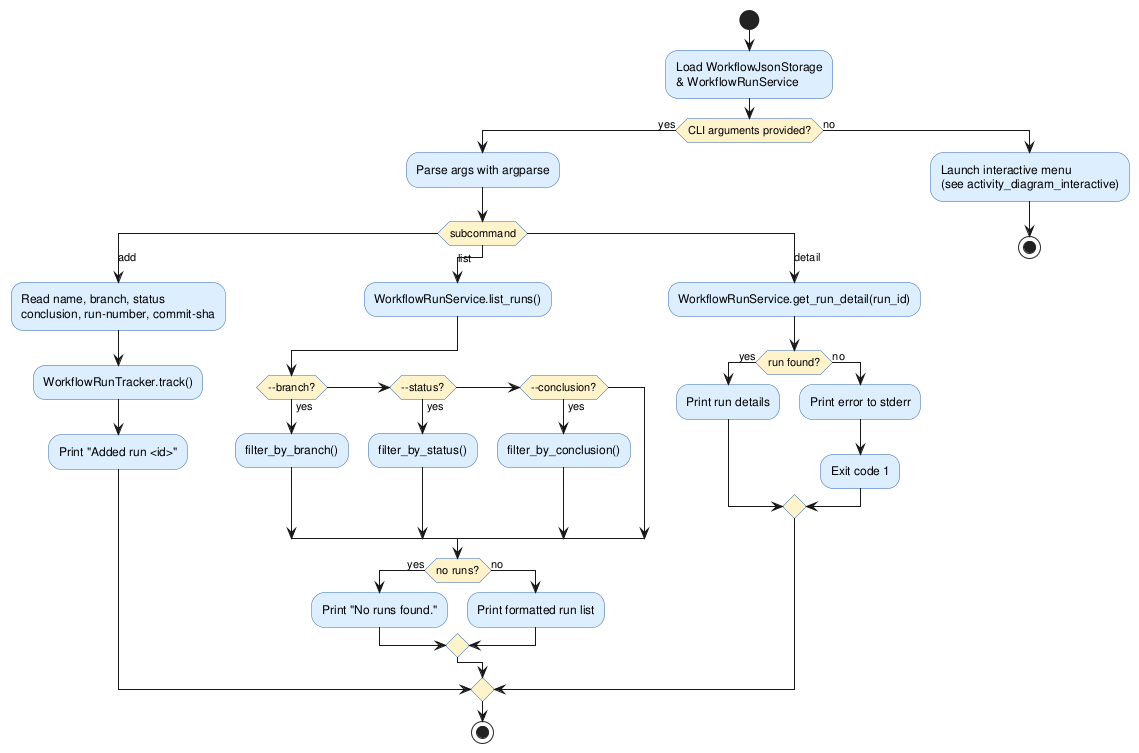
Above: experiments/broadcast/test_driven/github-workflow-manager/artifacts/activity_diagram_main.png in DanielRiha8906/Software_autoevolution_using_agents (PlantUML), before the change. Source of this version:
```plantuml
@startuml activity_diagram_main

skinparam activityBackgroundColor #DDEEFF
skinparam activityBorderColor     #3366AA
skinparam activityDiamondBackgroundColor #FFF3CC

start

:Load WorkflowJsonStorage\n& WorkflowRunService;

if (CLI arguments provided?) then (yes)
  :Parse args with argparse;
  switch (subcommand)

    case (add)
      :Read name, branch, status\nconclusion, run-number, commit-sha;
      :WorkflowRunTracker.track();
      :Print "Added run <id>";

    case (list)
      :WorkflowRunService.list_runs();
      if (--branch?) then (yes)
        :filter_by_branch();
      elseif (--status?) then (yes)
        :filter_by_status();
      elseif (--conclusion?) then (yes)
        :filter_by_conclusion();
      endif
      if (no runs?) then (yes)
        :Print "No runs found.";
      else (no)
        :Print formatted run list;
      endif

    case (detail)
      :WorkflowRunService.get_run_detail(run_id);
      if (run found?) then (yes)
        :Print run details;
      else (no)
        :Print error to stderr;
        :Exit code 1;
      endif

  endswitch
  stop

else (no)
  :Launch interactive menu\n(see activity_diagram_interactive);
  stop
endif

@enduml
```
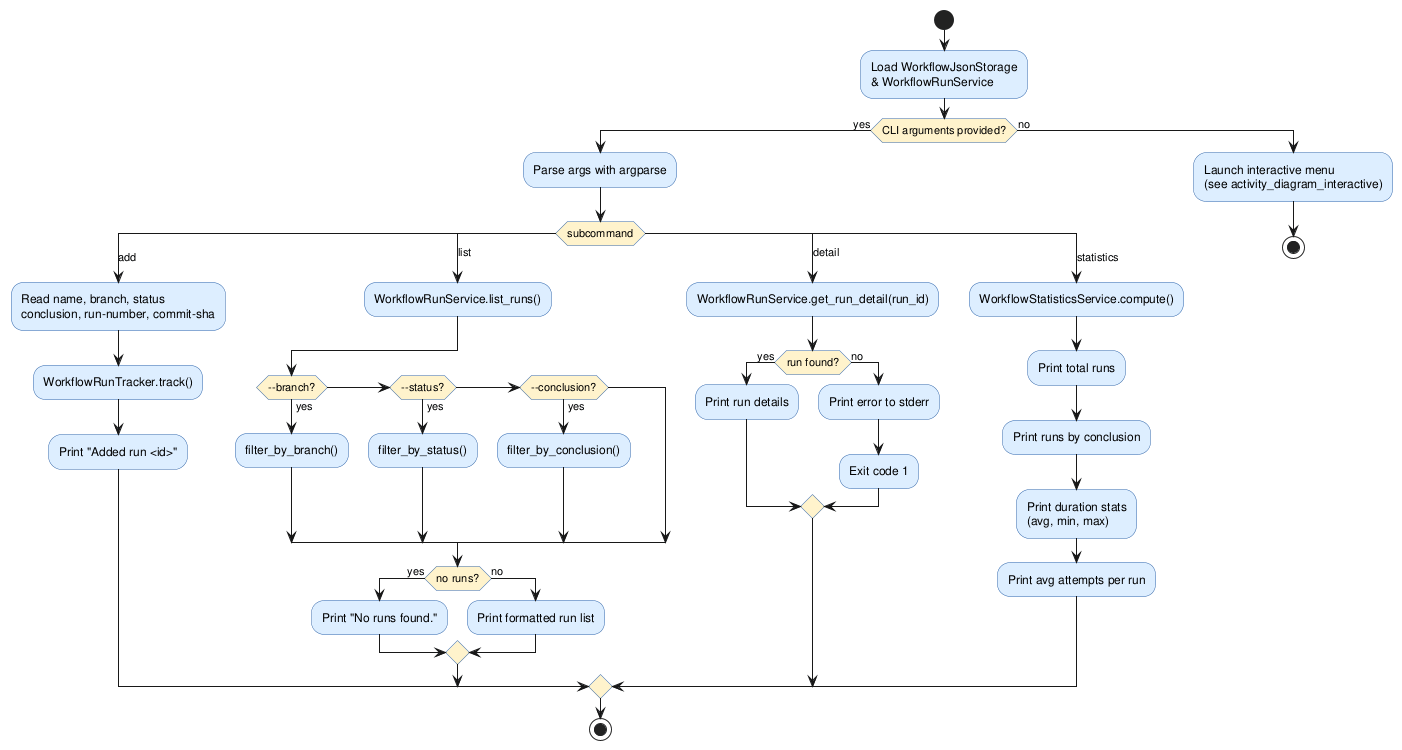
After the commit.

The edit, as a diff of the source:
```diff
@@ -41,6 +41,13 @@
         :Exit code 1;
       endif
 
+    case (statistics)
+      :WorkflowStatisticsService.compute();
+      :Print total runs;
+      :Print runs by conclusion;
+      :Print duration stats\n(avg, min, max);
+      :Print avg attempts per run;
+
   endswitch
   stop
 
```
